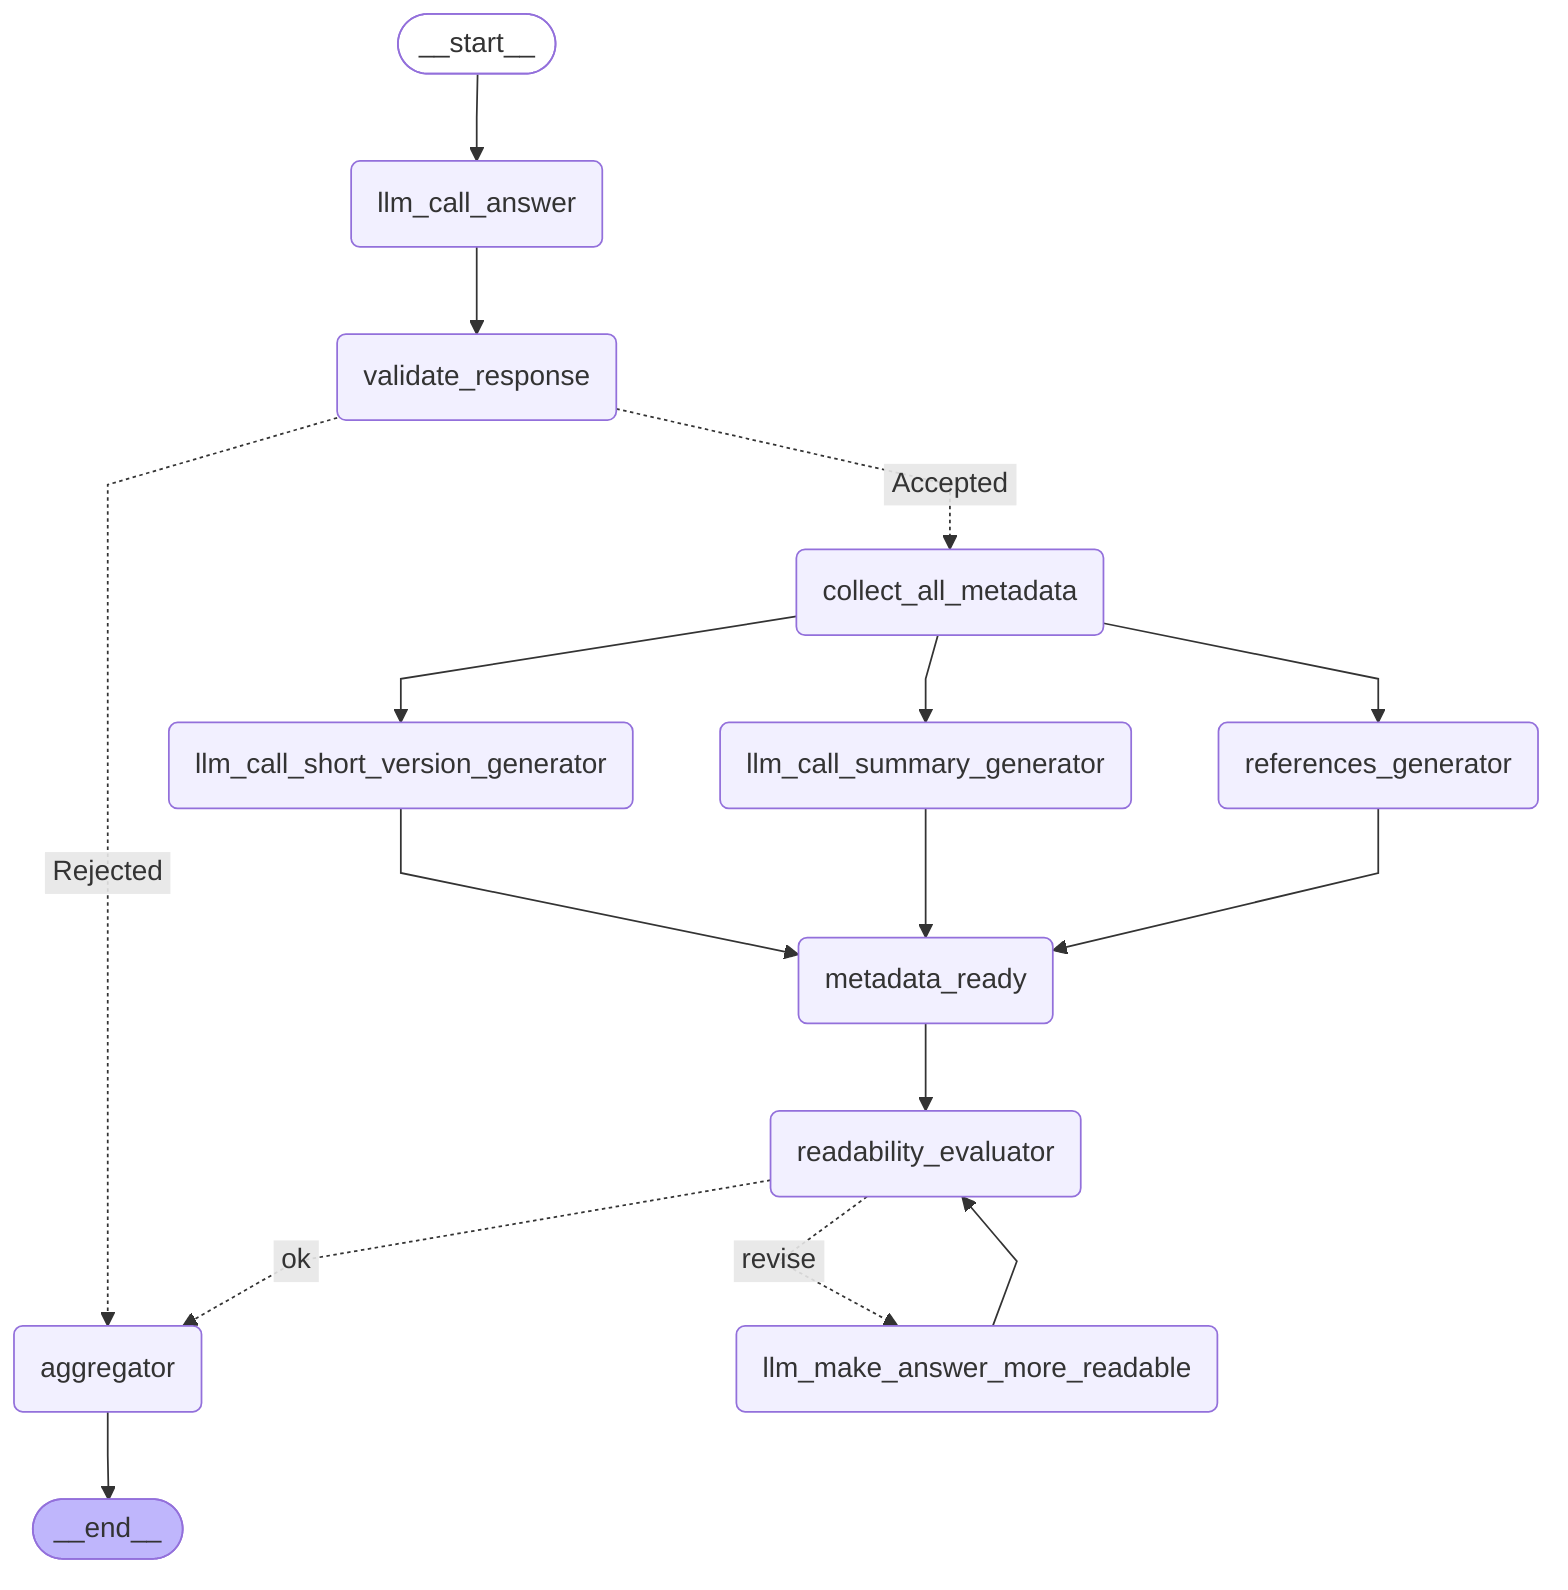
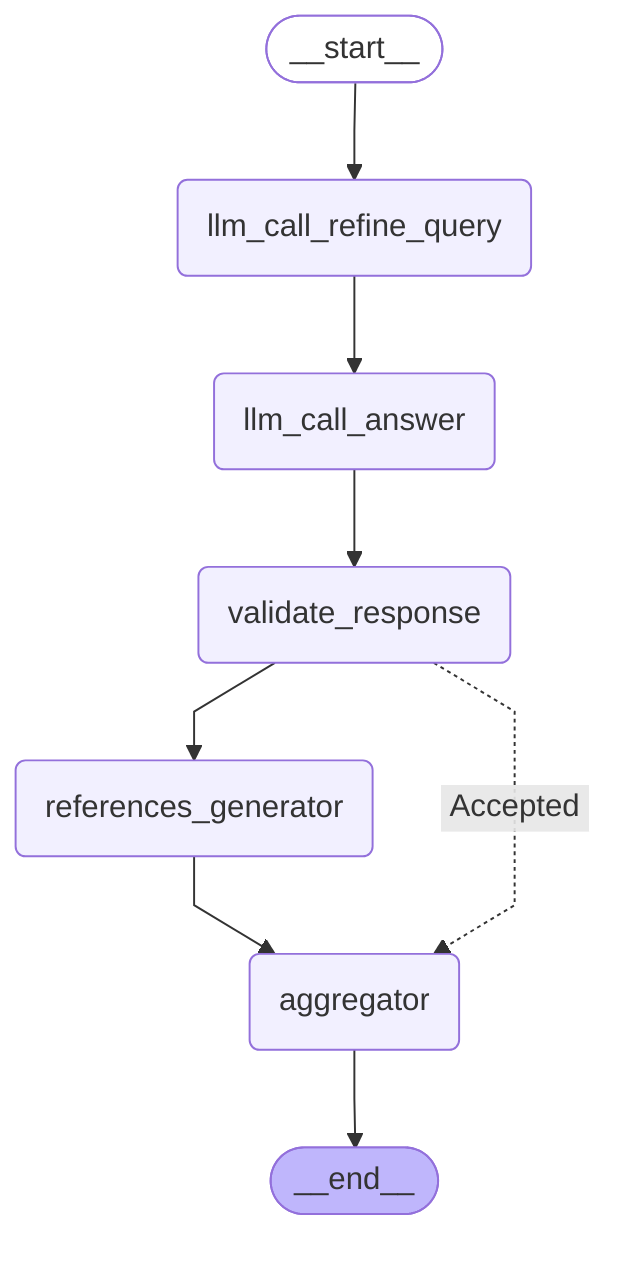
---
config:
  flowchart:
    curve: linear
---
graph TD;
	__start__([<p>__start__</p>]):::first
	llm_call_answer(llm_call_answer)
+ 	llm_call_refine_query(llm_call_refine_query)
	validate_response(validate_response)
	aggregator(aggregator)
- 	collect_all_metadata(collect_all_metadata)
- 	llm_call_short_version_generator(llm_call_short_version_generator)
- 	llm_call_summary_generator(llm_call_summary_generator)
	references_generator(references_generator)
- 	metadata_ready(metadata_ready)
- 	readability_evaluator(readability_evaluator)
- 	llm_make_answer_more_readable(llm_make_answer_more_readable)
	__end__([<p>__end__</p>]):::last
- 	__start__ --> llm_call_answer;
- 	collect_all_metadata --> llm_call_short_version_generator;
- 	collect_all_metadata --> llm_call_summary_generator;
- 	collect_all_metadata --> references_generator;
+ 	__start__ --> llm_call_refine_query;
	llm_call_answer --> validate_response;
- 	llm_call_short_version_generator --> metadata_ready;
- 	llm_call_summary_generator --> metadata_ready;
- 	llm_make_answer_more_readable --> readability_evaluator;
- 	metadata_ready --> readability_evaluator;
- 	readability_evaluator -. &nbsp;ok&nbsp; .-> aggregator;
- 	readability_evaluator -. &nbsp;revise&nbsp; .-> llm_make_answer_more_readable;
- 	references_generator --> metadata_ready;
- 	validate_response -. &nbsp;Rejected&nbsp; .-> aggregator;
- 	validate_response -. &nbsp;Accepted&nbsp; .-> collect_all_metadata;
+ 	llm_call_refine_query --> llm_call_answer;
+ 	references_generator --> aggregator;
+ 	validate_response -. &nbsp;Accepted&nbsp; .-> aggregator;
+ 	validate_response --> references_generator;
	aggregator --> __end__;
	classDef default fill:#f2f0ff,line-height:1.2
	classDef first fill-opacity:0
	classDef last fill:#bfb6fc
